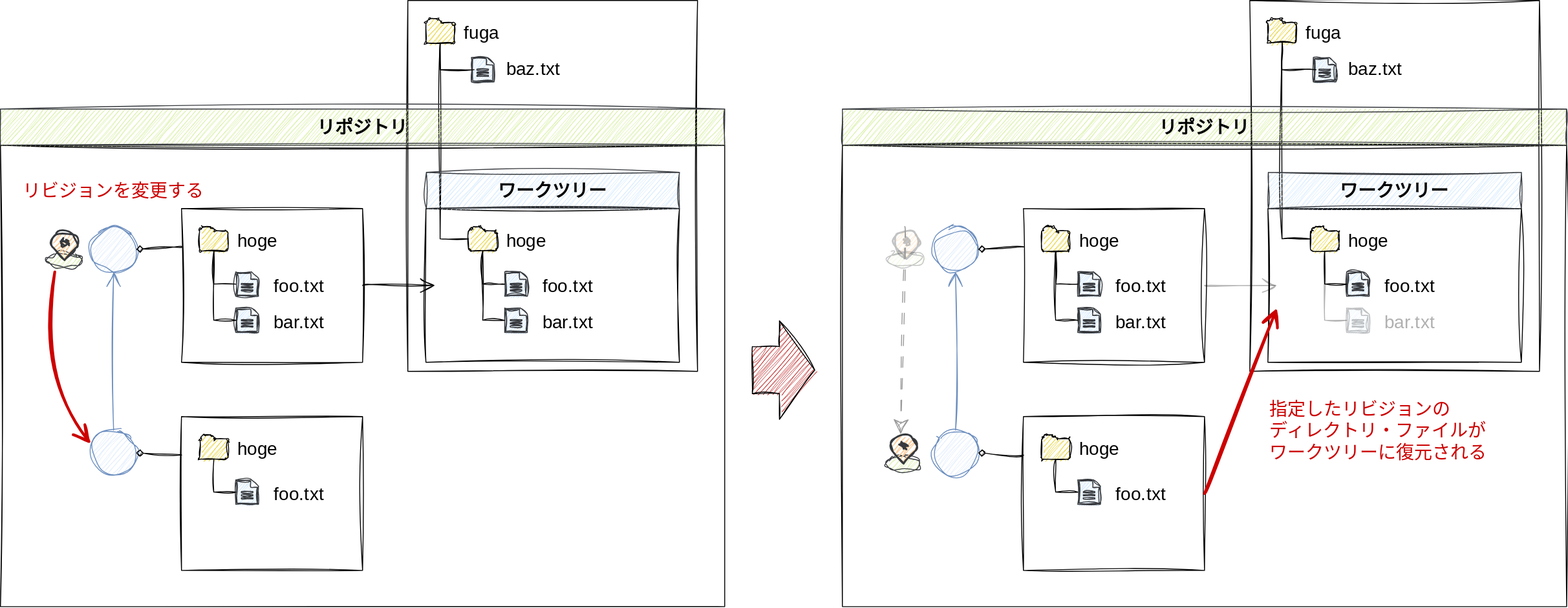
This is doc/image/introducion/worktree.drawio.svg from kazurego7/fit, a draw.io export, as it was before one commit. Source tidied: cells renumbered, new cells last; positions are measured from the earlier drawing's top-left corner, leaving out a move shared by most shapes.
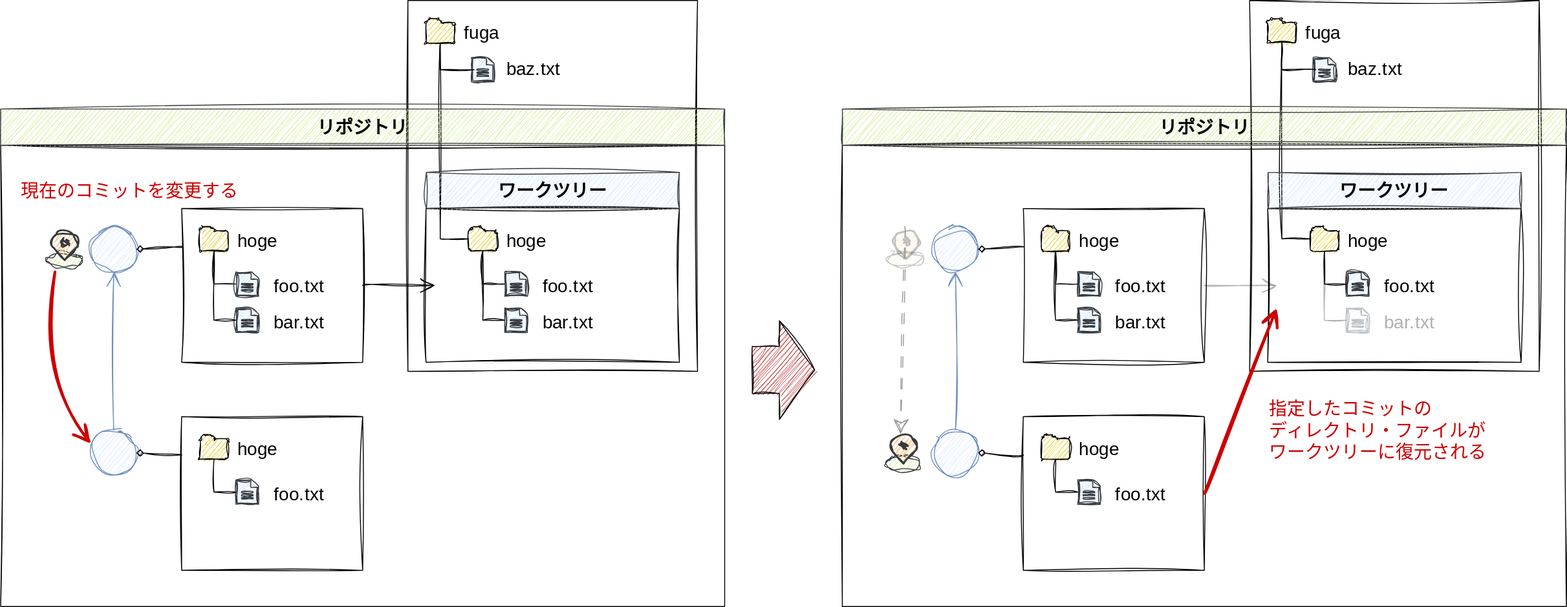
After the commit.

Diff of the diagram source:
```diff
@@ -293,8 +293,8 @@
         </Array>
       </mxGeometry>
     </mxCell>
-    <mxCell id="94" value="リビジョンを変更する" style="text;strokeColor=none;fillColor=none;html=1;align=center;verticalAlign=middle;whiteSpace=wrap;rounded=0;sketch=1;hachureGap=4;jiggle=2;curveFitting=1;fontFamily=Zen Kurenaido;fontSource=https%3A%2F%2Ffonts.googleapis.com%2Fcss%3Ffamily%3DZen%2BKurenaido;fontSize=20;fontColor=#CC0000;" parent="1" vertex="1">
-      <mxGeometry x="5" y="185" width="240" height="50" as="geometry" />
+    <mxCell id="94" value="現在のコミットを変更する" style="text;strokeColor=none;fillColor=none;html=1;align=center;verticalAlign=middle;whiteSpace=wrap;rounded=0;sketch=1;hachureGap=4;jiggle=2;curveFitting=1;fontFamily=Zen Kurenaido;fontSource=https%3A%2F%2Ffonts.googleapis.com%2Fcss%3Ffamily%3DZen%2BKurenaido;fontSize=20;fontColor=#CC0000;" parent="1" vertex="1">
+      <mxGeometry x="5" y="185" width="275" height="50" as="geometry" />
     </mxCell>
     <mxCell id="95" style="group;" parent="1" vertex="1">
       <mxGeometry x="976.8" y="480" width="40" height="40" as="geometry" />
@@ -317,7 +317,7 @@
     <mxCell id="101" style="edgeStyle=none;jettySize=auto;html=1;rounded=0;sketch=1;hachureGap=4;jiggle=2;curveFitting=1;fontFamily=Architects Daughter;fontSource=https%3A%2F%2Ffonts.googleapis.com%2Fcss%3Ffamily%3DArchitects%2BDaughter;fontSize=16;endArrow=classic;endFill=1;startSize=14;endSize=14;sourcePerimeterSpacing=8;targetPerimeterSpacing=8;curved=1;exitX=0.438;exitY=-0.114;exitDx=0;exitDy=0;exitPerimeter=0;dashed=1;dashPattern=12 12;strokeWidth=1;strokeColor=#999999;entryX=0.401;entryY=-0.013;entryDx=0;entryDy=0;entryPerimeter=0;" parent="1" edge="1" source="100" target="97">
       <mxGeometry relative="1" as="geometry" />
     </mxCell>
-    <mxCell id="102" value="指定したリビジョンの&lt;br&gt;ディレクトリ・ファイルが&lt;br&gt;ワークツリーに復元される" style="text;strokeColor=none;fillColor=none;html=1;align=left;verticalAlign=middle;whiteSpace=wrap;rounded=0;sketch=1;hachureGap=4;jiggle=2;curveFitting=1;fontFamily=Zen Kurenaido;fontSource=https%3A%2F%2Ffonts.googleapis.com%2Fcss%3Ffamily%3DZen%2BKurenaido;fontSize=20;fontColor=#CC0000;" parent="1" vertex="1">
+    <mxCell id="102" value="指定したコミットの&lt;br&gt;ディレクトリ・ファイルが&lt;br&gt;ワークツリーに復元される" style="text;strokeColor=none;fillColor=none;html=1;align=left;verticalAlign=middle;whiteSpace=wrap;rounded=0;sketch=1;hachureGap=4;jiggle=2;curveFitting=1;fontFamily=Zen Kurenaido;fontSource=https%3A%2F%2Ffonts.googleapis.com%2Fcss%3Ffamily%3DZen%2BKurenaido;fontSize=20;fontColor=#CC0000;" parent="1" vertex="1">
       <mxGeometry x="1400.5" y="440" width="289.5" height="70" as="geometry" />
     </mxCell>
   </root>
```
